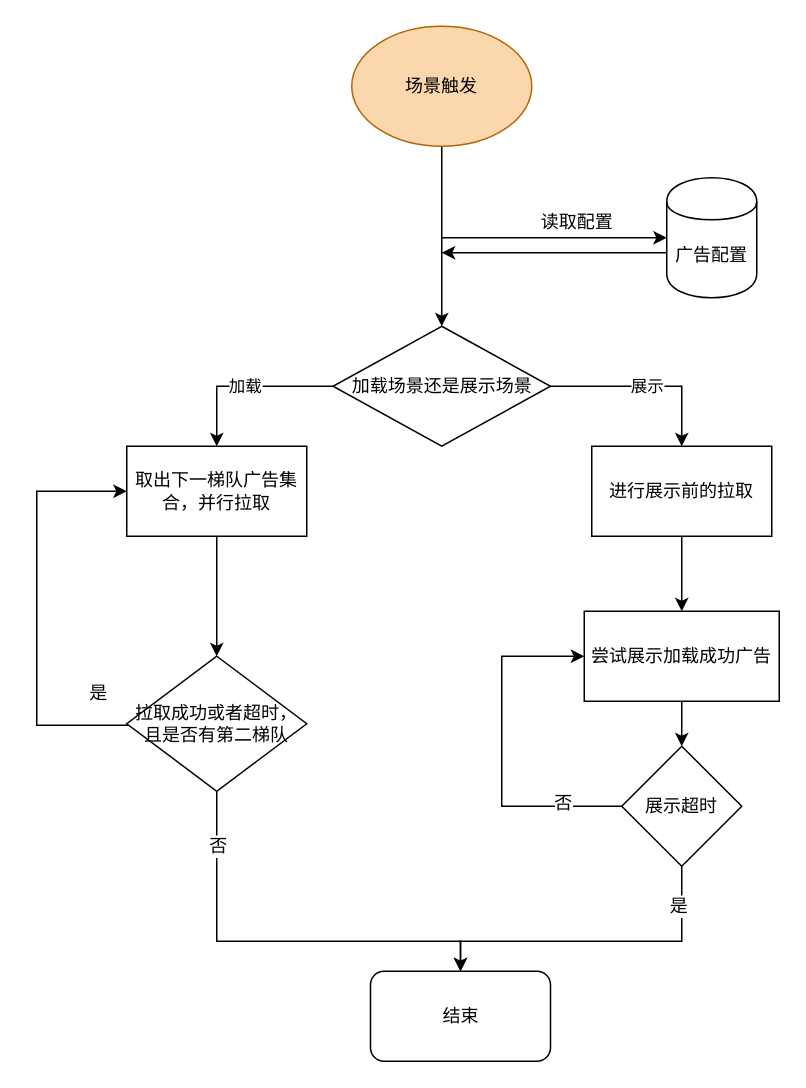
yarhhome/drawio keeps this draw.io diagram as page "第 3 页" (4 of 5) of iOS.drawio. Above is the earlier version. Source tidied: cells renumbered, new cells numbered last; positions are measured from the earlier drawing's top-left corner, leaving out a move shared by most shapes. Both pictures are drawn from the tidied source at 150%, with x=0, y=0 at pixel (36, 26).
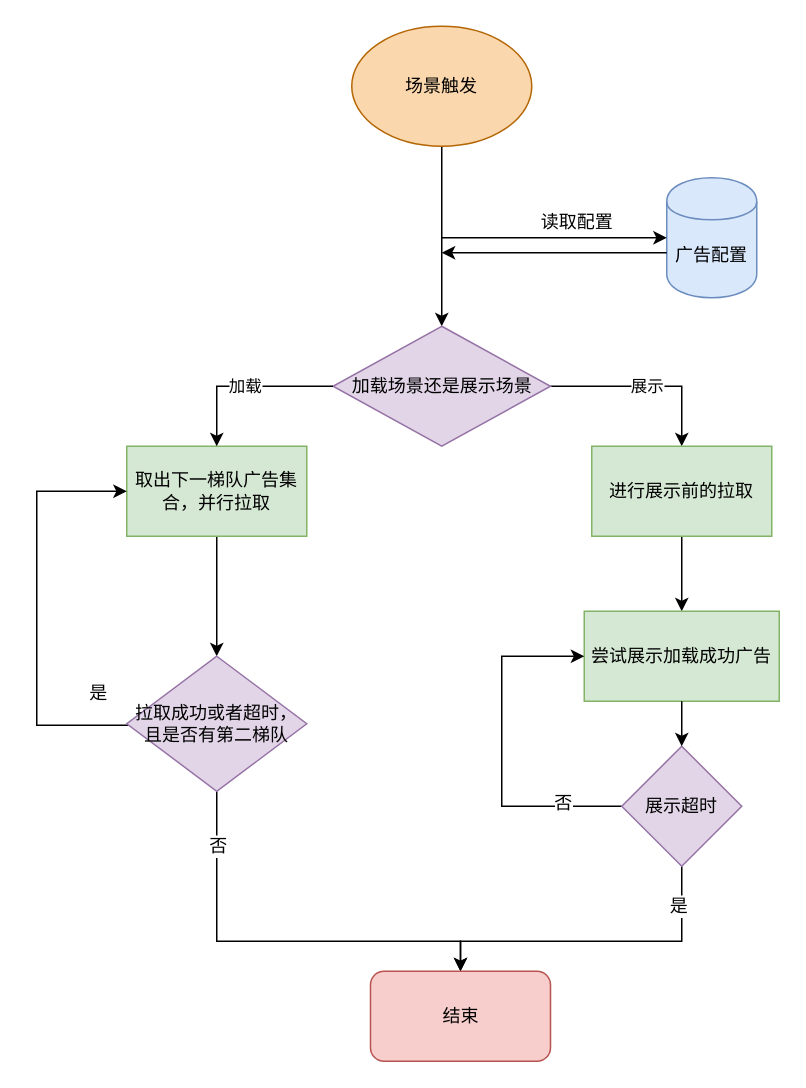
The same diagram, later.

Diff of the diagram source:
```diff
@@
-    <mxCell id="5" value="加载场景还是展示场景" style="rhombus;whiteSpace=wrap;html=1;" parent="1" vertex="1">
+    <mxCell id="5" value="加载场景还是展示场景" style="rhombus;whiteSpace=wrap;html=1;fillColor=#e1d5e7;strokeColor=#9673a6;" parent="1" vertex="1">
       <mxGeometry x="197.5" y="200" width="145" height="80" as="geometry" />
     </mxCell>
@@
-    <mxCell id="7" value="取出下一梯队广告集合，并行拉取" style="rounded=0;whiteSpace=wrap;html=1;" parent="1" vertex="1">
+    <mxCell id="7" value="取出下一梯队广告集合，并行拉取" style="rounded=0;whiteSpace=wrap;html=1;fillColor=#d5e8d4;strokeColor=#82b366;" parent="1" vertex="1">
       <mxGeometry x="60" y="280" width="120" height="60" as="geometry" />
     </mxCell>
@@
-    <mxCell id="9" value="进行展示前的拉取" style="rounded=0;whiteSpace=wrap;html=1;" parent="1" vertex="1">
+    <mxCell id="9" value="进行展示前的拉取" style="rounded=0;whiteSpace=wrap;html=1;fillColor=#d5e8d4;strokeColor=#82b366;" parent="1" vertex="1">
       <mxGeometry x="370" y="280" width="120" height="60" as="geometry" />
     </mxCell>
@@
-    <mxCell id="15" value="拉取成功或者超时，且是否有第二梯队" style="rhombus;whiteSpace=wrap;html=1;" parent="1" vertex="1">
+    <mxCell id="15" value="拉取成功或者超时，且是否有第二梯队" style="rhombus;whiteSpace=wrap;html=1;fillColor=#e1d5e7;strokeColor=#9673a6;" parent="1" vertex="1">
       <mxGeometry x="60" y="420" width="120" height="90" as="geometry" />
     </mxCell>
@@
-    <mxCell id="18" value="尝试展示加载成功广告" style="rounded=0;whiteSpace=wrap;html=1;" parent="1" vertex="1">
+    <mxCell id="18" value="尝试展示加载成功广告" style="rounded=0;whiteSpace=wrap;html=1;fillColor=#d5e8d4;strokeColor=#82b366;" parent="1" vertex="1">
       <mxGeometry x="365" y="390" width="130" height="60" as="geometry" />
     </mxCell>
-    <mxCell id="19" value="结束" style="rounded=1;whiteSpace=wrap;html=1;" parent="1" vertex="1">
+    <mxCell id="19" value="结束" style="rounded=1;whiteSpace=wrap;html=1;fillColor=#f8cecc;strokeColor=#b85450;" parent="1" vertex="1">
       <mxGeometry x="222.5" y="630" width="120" height="60" as="geometry" />
     </mxCell>
@@
-    <mxCell id="22" value="展示超时" style="rhombus;whiteSpace=wrap;html=1;" parent="1" vertex="1">
+    <mxCell id="22" value="展示超时" style="rhombus;whiteSpace=wrap;html=1;fillColor=#e1d5e7;strokeColor=#9673a6;" parent="1" vertex="1">
       <mxGeometry x="390" y="480" width="80" height="80" as="geometry" />
     </mxCell>
@@
-    <mxCell id="24" value="广告配置" style="shape=cylinder;whiteSpace=wrap;html=1;boundedLbl=1;backgroundOutline=1;" parent="1" vertex="1">
+    <mxCell id="24" value="广告配置" style="shape=cylinder;whiteSpace=wrap;html=1;boundedLbl=1;backgroundOutline=1;fillColor=#dae8fc;strokeColor=#6c8ebf;" parent="1" vertex="1">
       <mxGeometry x="420" y="101" width="60" height="80" as="geometry" />
     </mxCell>
```
